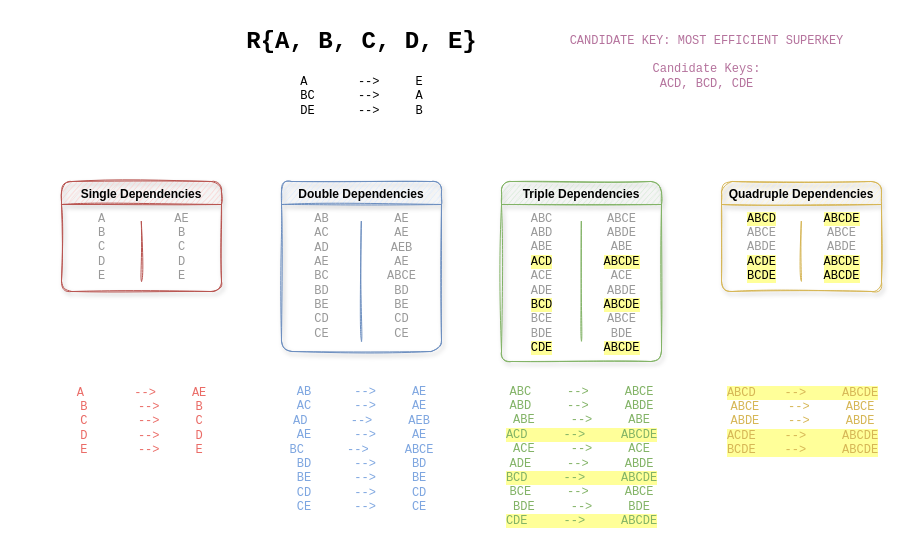
JordanWelsman/BU_DataManagement keeps this draw.io diagram as page "Problem 4" (4 of 4) of Assignment/Data Management Assignment Drawings.drawio. Above is the earlier version. Source tidied: cells renumbered, new cells numbered last; positions are measured from the earlier drawing's top-left corner, leaving out a move shared by most shapes. Both pictures are drawn from the tidied source at 100%, with x=0, y=0 at pixel (61, 21).
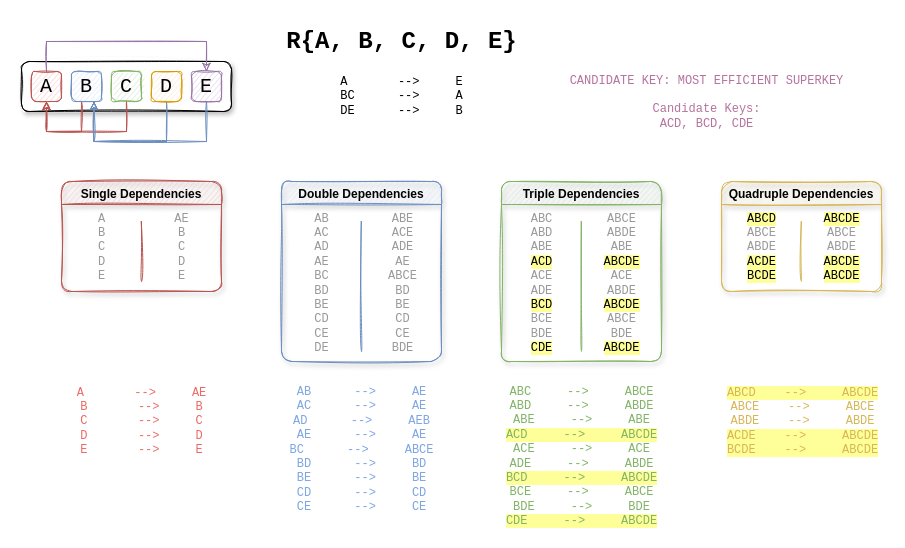
Above is the later version.

Unchanged cells that the change refers to:
```xml
<mxCell id="17" value="Triple Dependencies" style="swimlane;rounded=1;shadow=1;glass=0;labelBackgroundColor=none;sketch=1;fillStyle=auto;fontFamily=Helvetica;fillColor=#d5e8d4;strokeColor=#82B366;" parent="1" vertex="1">
  <mxGeometry x="440" y="160" width="160" height="180" as="geometry" />
</mxCell>
```

The edit, as a diff of the source:
```diff
@@
     <mxCell id="2" value="&lt;font face=&quot;Courier New&quot;&gt;R{A, B, C, D, E}&lt;/font&gt;" style="text;strokeColor=none;fillColor=none;html=1;fontSize=24;fontStyle=1;verticalAlign=middle;align=center;rounded=1;shadow=1;glass=0;labelBackgroundColor=none;sketch=1;fillStyle=auto;" parent="1" vertex="1">
-      <mxGeometry x="160" width="280" height="40" as="geometry" />
+      <mxGeometry x="200" width="280" height="40" as="geometry" />
     </mxCell>
     <mxCell id="3" value="&lt;div&gt;A&lt;span style=&quot;white-space: pre&quot;&gt;&#9;&lt;/span&gt;--&amp;gt;&lt;span style=&quot;white-space: pre&quot;&gt;&#9;&lt;/span&gt;E&lt;/div&gt;&lt;div&gt;BC&lt;span style=&quot;white-space: pre&quot;&gt;&#9;&lt;/span&gt;--&amp;gt;&lt;span style=&quot;white-space: pre&quot;&gt;&#9;&lt;/span&gt;A&lt;/div&gt;&lt;div&gt;DE&lt;span style=&quot;white-space: pre&quot;&gt;&#9;&lt;/span&gt;--&amp;gt;&lt;span style=&quot;white-space: pre&quot;&gt;&#9;&lt;/span&gt;B&lt;br&gt;&lt;/div&gt;" style="text;html=1;align=center;verticalAlign=middle;strokeColor=none;fillColor=none;fontFamily=Courier New;" parent="1" vertex="1">
-      <mxGeometry x="230" y="50" width="140" height="50" as="geometry" />
+      <mxGeometry x="270" y="50" width="140" height="50" as="geometry" />
     </mxCell>
@@
     <mxCell id="7" value="CANDIDATE KEY: MOST EFFICIENT SUPERKEY" style="text;html=1;align=center;verticalAlign=middle;strokeColor=none;fillColor=none;fontFamily=Courier New;fontColor=#B5739D;" parent="1" vertex="1">
-      <mxGeometry x="500" y="10" width="290" height="20" as="geometry" />
+      <mxGeometry x="500" y="50" width="290" height="20" as="geometry" />
     </mxCell>
     <mxCell id="8" value="&lt;div&gt;Candidate Keys:&lt;/div&gt;&lt;div&gt;ACD, BCD, CDE&lt;br&gt;&lt;/div&gt;" style="text;html=1;align=center;verticalAlign=middle;strokeColor=none;fillColor=none;fontFamily=Courier New;fontColor=#B5739D;" parent="1" vertex="1">
-      <mxGeometry x="585" y="40" width="120" height="30" as="geometry" />
+      <mxGeometry x="585" y="80" width="120" height="30" as="geometry" />
     </mxCell>
@@
-    <mxCell id="13" value="Double Dependencies" style="swimlane;rounded=1;shadow=1;glass=0;labelBackgroundColor=none;sketch=1;fillStyle=auto;fontFamily=Helvetica;fillColor=#dae8fc;strokeColor=#6c8ebf;" parent="1" vertex="1">
-      <mxGeometry x="220" y="160" width="160" height="170" as="geometry" />
+    <mxCell id="13" value="Double Dependencies" style="swimlane;rounded=1;shadow=1;glass=0;labelBackgroundColor=none;sketch=1;fillStyle=auto;fontFamily=Helvetica;fillColor=#dae8fc;strokeColor=#6c8ebf;fontColor=default;" parent="1" vertex="1">
+      <mxGeometry x="220" y="160" width="160" height="180" as="geometry" />
     </mxCell>
-    <mxCell id="14" value="&lt;div&gt;AB&lt;/div&gt;&lt;div&gt;AC&lt;/div&gt;&lt;div&gt;AD&lt;/div&gt;&lt;div&gt;AE&lt;/div&gt;&lt;div&gt;BC&lt;/div&gt;&lt;div&gt;BD&lt;/div&gt;&lt;div&gt;BE&lt;/div&gt;&lt;div&gt;CD&lt;/div&gt;&lt;div&gt;CE&lt;br&gt;&lt;/div&gt;" style="text;html=1;align=center;verticalAlign=middle;strokeColor=none;fillColor=none;fontFamily=Courier New;fontColor=#999999;" parent="13" vertex="1">
-      <mxGeometry x="25" y="30" width="30" height="130" as="geometry" />
+    <mxCell id="14" value="&lt;div&gt;AB&lt;/div&gt;&lt;div&gt;AC&lt;/div&gt;&lt;div&gt;AD&lt;/div&gt;&lt;div&gt;AE&lt;/div&gt;&lt;div&gt;BC&lt;/div&gt;&lt;div&gt;BD&lt;/div&gt;&lt;div&gt;BE&lt;/div&gt;&lt;div&gt;CD&lt;/div&gt;&lt;div&gt;CE&lt;/div&gt;&lt;div&gt;DE&lt;br&gt;&lt;/div&gt;" style="text;html=1;align=center;verticalAlign=middle;strokeColor=none;fillColor=none;fontFamily=Courier New;fontColor=#999999;" parent="13" vertex="1">
+      <mxGeometry x="28" y="30" width="24" height="144" as="geometry" />
     </mxCell>
-    <mxCell id="15" style="endArrow=none;html=1;rounded=1;shadow=0;sketch=1;fontFamily=Helvetica;fontColor=#B5739D;curved=1;elbow=vertical;fillColor=#dae8fc;strokeColor=#6c8ebf;" parent="13" edge="1">
+    <mxCell id="15" style="endArrow=none;html=1;rounded=1;shadow=0;sketch=1;fontFamily=Helvetica;fontColor=#B5739D;curved=1;elbow=vertical;fillColor=#dae8fc;strokeColor=#6c8ebf;labelBackgroundColor=default;" parent="13" edge="1">
       <mxGeometry relative="1" as="geometry">
-        <mxPoint x="80" y="160" as="sourcePoint" />
+        <mxPoint x="80" y="170" as="sourcePoint" />
         <mxPoint x="79.8" y="40" as="targetPoint" />
       </mxGeometry>
     </mxCell>
-    <mxCell id="16" value="&lt;div&gt;AE&lt;/div&gt;&lt;div&gt;AE&lt;/div&gt;&lt;div&gt;AEB&lt;/div&gt;&lt;div&gt;AE&lt;/div&gt;&lt;div&gt;ABCE&lt;/div&gt;&lt;div&gt;BD&lt;/div&gt;&lt;div&gt;BE&lt;/div&gt;&lt;div&gt;CD&lt;/div&gt;&lt;div&gt;CE&lt;br&gt;&lt;/div&gt;" style="text;html=1;align=center;verticalAlign=middle;strokeColor=none;fillColor=none;fontFamily=Courier New;fontColor=#999999;" parent="13" vertex="1">
-      <mxGeometry x="100" y="30" width="40" height="130" as="geometry" />
+    <mxCell id="16" value="&lt;div&gt;ABE&lt;/div&gt;&lt;div&gt;ACE&lt;/div&gt;&lt;div&gt;ADE&lt;/div&gt;&lt;div&gt;AE&lt;/div&gt;&lt;div&gt;ABCE&lt;/div&gt;&lt;div&gt;BD&lt;/div&gt;&lt;div&gt;BE&lt;/div&gt;&lt;div&gt;CD&lt;/div&gt;&lt;div&gt;CE&lt;/div&gt;&lt;div&gt;BDE&lt;br&gt;&lt;/div&gt;" style="text;html=1;align=center;verticalAlign=middle;strokeColor=none;fillColor=none;fontFamily=Courier New;fontColor=#999999;" parent="13" vertex="1">
+      <mxGeometry x="101" y="27" width="40" height="150" as="geometry" />
     </mxCell>
@@
-    <mxCell id="19" style="endArrow=none;html=1;rounded=1;shadow=0;sketch=1;fontFamily=Helvetica;fontColor=#B5739D;curved=1;elbow=vertical;fillColor=#d5e8d4;strokeColor=#82b366;" parent="17" edge="1">
+    <mxCell id="19" style="endArrow=none;html=1;rounded=1;shadow=0;sketch=1;fontFamily=Helvetica;fontColor=#B5739D;curved=1;elbow=vertical;fillColor=#d5e8d4;strokeColor=#82b366;labelBackgroundColor=default;" parent="17" edge="1">
       <mxGeometry relative="1" as="geometry">
-        <mxPoint x="80" y="160" as="sourcePoint" />
+        <mxPoint x="80" y="170" as="sourcePoint" />
         <mxPoint x="79.8" y="40" as="targetPoint" />
       </mxGeometry>
     </mxCell>
@@
+    <mxCell id="26" style="rounded=1;whiteSpace=wrap;html=1;shadow=1;labelBackgroundColor=#FFFF99;sketch=1;fontColor=default;fillColor=default;strokeColor=default;" parent="1" vertex="1">
+      <mxGeometry x="-40" y="40" width="210" height="50" as="geometry" />
+    </mxCell>
+    <mxCell id="27" style="edgeStyle=orthogonalEdgeStyle;rounded=0;sketch=1;jettySize=auto;html=1;entryX=0.5;entryY=1;entryDx=0;entryDy=0;labelBackgroundColor=default;fontFamily=Courier New;fontSize=20;fontColor=default;strokeColor=#b85450;fillColor=#f8cecc;" parent="1" edge="1" source="28" target="36">
+      <mxGeometry relative="1" as="geometry">
+        <Array as="points">
+          <mxPoint x="20" y="110" />
+          <mxPoint x="-15" y="110" />
+        </Array>
+      </mxGeometry>
+    </mxCell>
+    <mxCell id="28" value="B" style="rounded=1;whiteSpace=wrap;html=1;shadow=0;labelBackgroundColor=none;sketch=1;strokeColor=#6c8ebf;fillColor=#dae8fc;fontFamily=Courier New;fontSize=20;fontColor=default;" parent="1" vertex="1">
+      <mxGeometry x="10" y="50" width="30" height="30" as="geometry" />
+    </mxCell>
+    <mxCell id="29" style="edgeStyle=orthogonalEdgeStyle;rounded=0;sketch=1;jettySize=auto;html=1;entryX=0.5;entryY=1;entryDx=0;entryDy=0;labelBackgroundColor=default;fontFamily=Courier New;fontSize=20;fontColor=default;strokeColor=#b85450;fillColor=#f8cecc;" parent="1" edge="1" source="30" target="36">
+      <mxGeometry relative="1" as="geometry">
+        <Array as="points">
+          <mxPoint x="65" y="110" />
+          <mxPoint x="-15" y="110" />
+        </Array>
+      </mxGeometry>
+    </mxCell>
+    <mxCell id="30" value="C" style="rounded=1;whiteSpace=wrap;html=1;shadow=0;labelBackgroundColor=none;sketch=1;strokeColor=#82b366;fillColor=#d5e8d4;fontFamily=Courier New;fontSize=20;fontColor=default;" parent="1" vertex="1">
+      <mxGeometry x="50" y="50" width="30" height="30" as="geometry" />
+    </mxCell>
+    <mxCell id="31" style="edgeStyle=orthogonalEdgeStyle;rounded=0;sketch=1;jettySize=auto;html=1;entryX=0.75;entryY=1;entryDx=0;entryDy=0;labelBackgroundColor=default;fontFamily=Courier New;fontSize=20;fontColor=default;strokeColor=#6c8ebf;fillColor=#dae8fc;" parent="1" edge="1" source="32" target="28">
+      <mxGeometry relative="1" as="geometry">
+        <Array as="points">
+          <mxPoint x="105" y="120" />
+          <mxPoint x="33" y="120" />
+          <mxPoint x="33" y="80" />
+        </Array>
+      </mxGeometry>
+    </mxCell>
+    <mxCell id="32" value="D" style="rounded=1;whiteSpace=wrap;html=1;shadow=0;labelBackgroundColor=none;sketch=1;strokeColor=#d79b00;fillColor=#ffe6cc;fontFamily=Courier New;fontSize=20;fontColor=default;" parent="1" vertex="1">
+      <mxGeometry x="90" y="50" width="30" height="30" as="geometry" />
+    </mxCell>
+    <mxCell id="33" style="edgeStyle=orthogonalEdgeStyle;rounded=0;sketch=1;jettySize=auto;html=1;entryX=0.75;entryY=1;entryDx=0;entryDy=0;labelBackgroundColor=default;fontFamily=Courier New;fontSize=20;fontColor=default;strokeColor=#6c8ebf;fillColor=#dae8fc;" parent="1" edge="1" source="34" target="28">
+      <mxGeometry relative="1" as="geometry">
+        <Array as="points">
+          <mxPoint x="145" y="120" />
+          <mxPoint x="32" y="120" />
+        </Array>
+      </mxGeometry>
+    </mxCell>
+    <mxCell id="34" value="E" style="rounded=1;whiteSpace=wrap;html=1;shadow=0;labelBackgroundColor=none;sketch=1;strokeColor=#9673a6;fillColor=#e1d5e7;fontFamily=Courier New;fontSize=20;fontColor=default;" parent="1" vertex="1">
+      <mxGeometry x="130" y="50" width="30" height="30" as="geometry" />
+    </mxCell>
+    <mxCell id="35" style="edgeStyle=orthogonalEdgeStyle;rounded=0;sketch=1;jettySize=auto;html=1;entryX=0.5;entryY=0;entryDx=0;entryDy=0;labelBackgroundColor=default;fontFamily=Courier New;fontSize=20;fontColor=default;strokeColor=#9673a6;fillColor=#e1d5e7;" parent="1" edge="1" source="36" target="34">
+      <mxGeometry relative="1" as="geometry">
+        <Array as="points">
+          <mxPoint x="-15" y="20" />
+          <mxPoint x="145" y="20" />
+        </Array>
+      </mxGeometry>
+    </mxCell>
+    <mxCell id="36" value="A" style="rounded=1;whiteSpace=wrap;html=1;shadow=0;labelBackgroundColor=none;sketch=1;strokeColor=#b85450;fillColor=#f8cecc;fontFamily=Courier New;fontSize=20;fontColor=default;" parent="1" vertex="1">
+      <mxGeometry x="-30" y="50" width="30" height="30" as="geometry" />
+    </mxCell>
```
